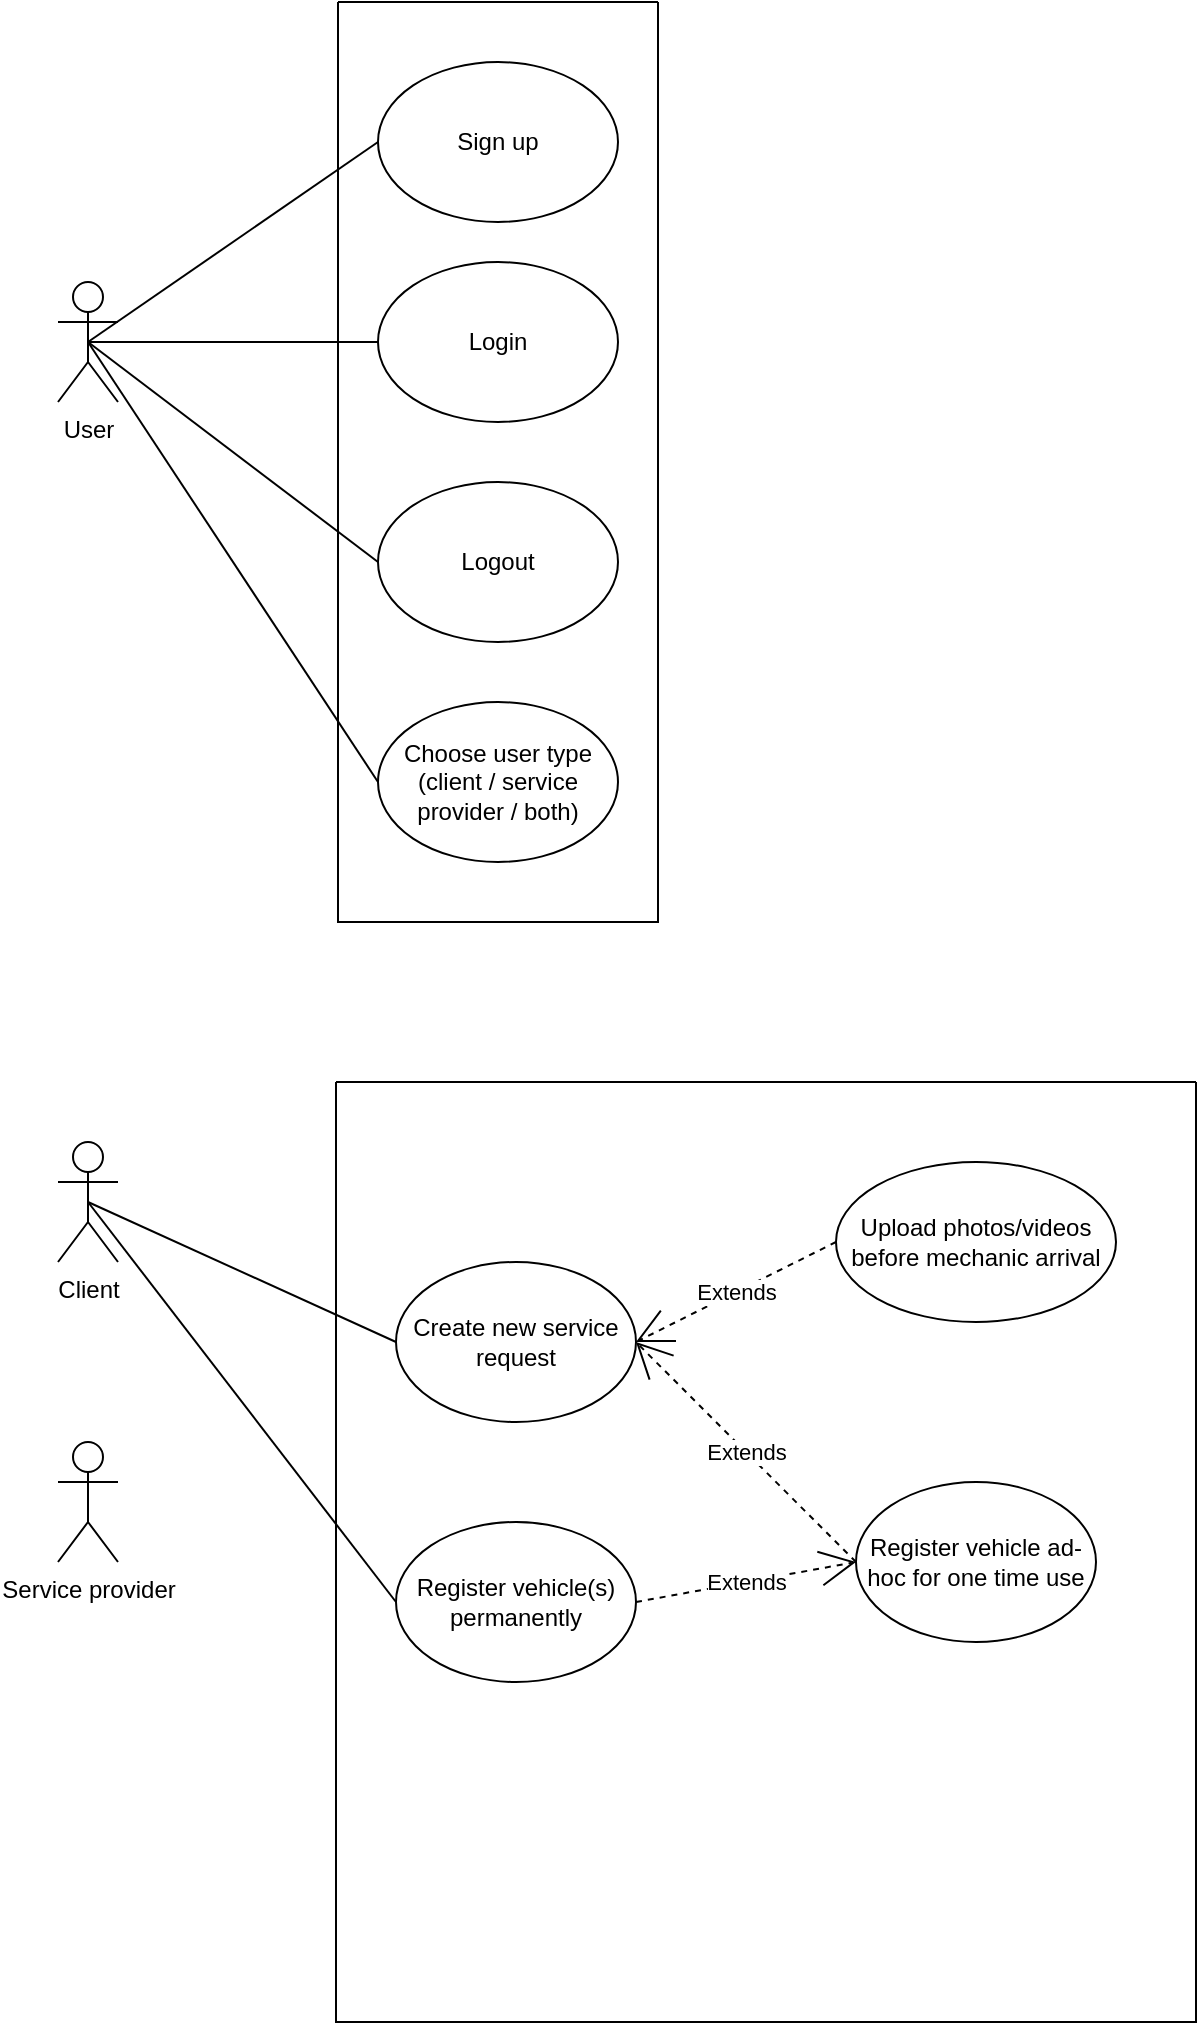
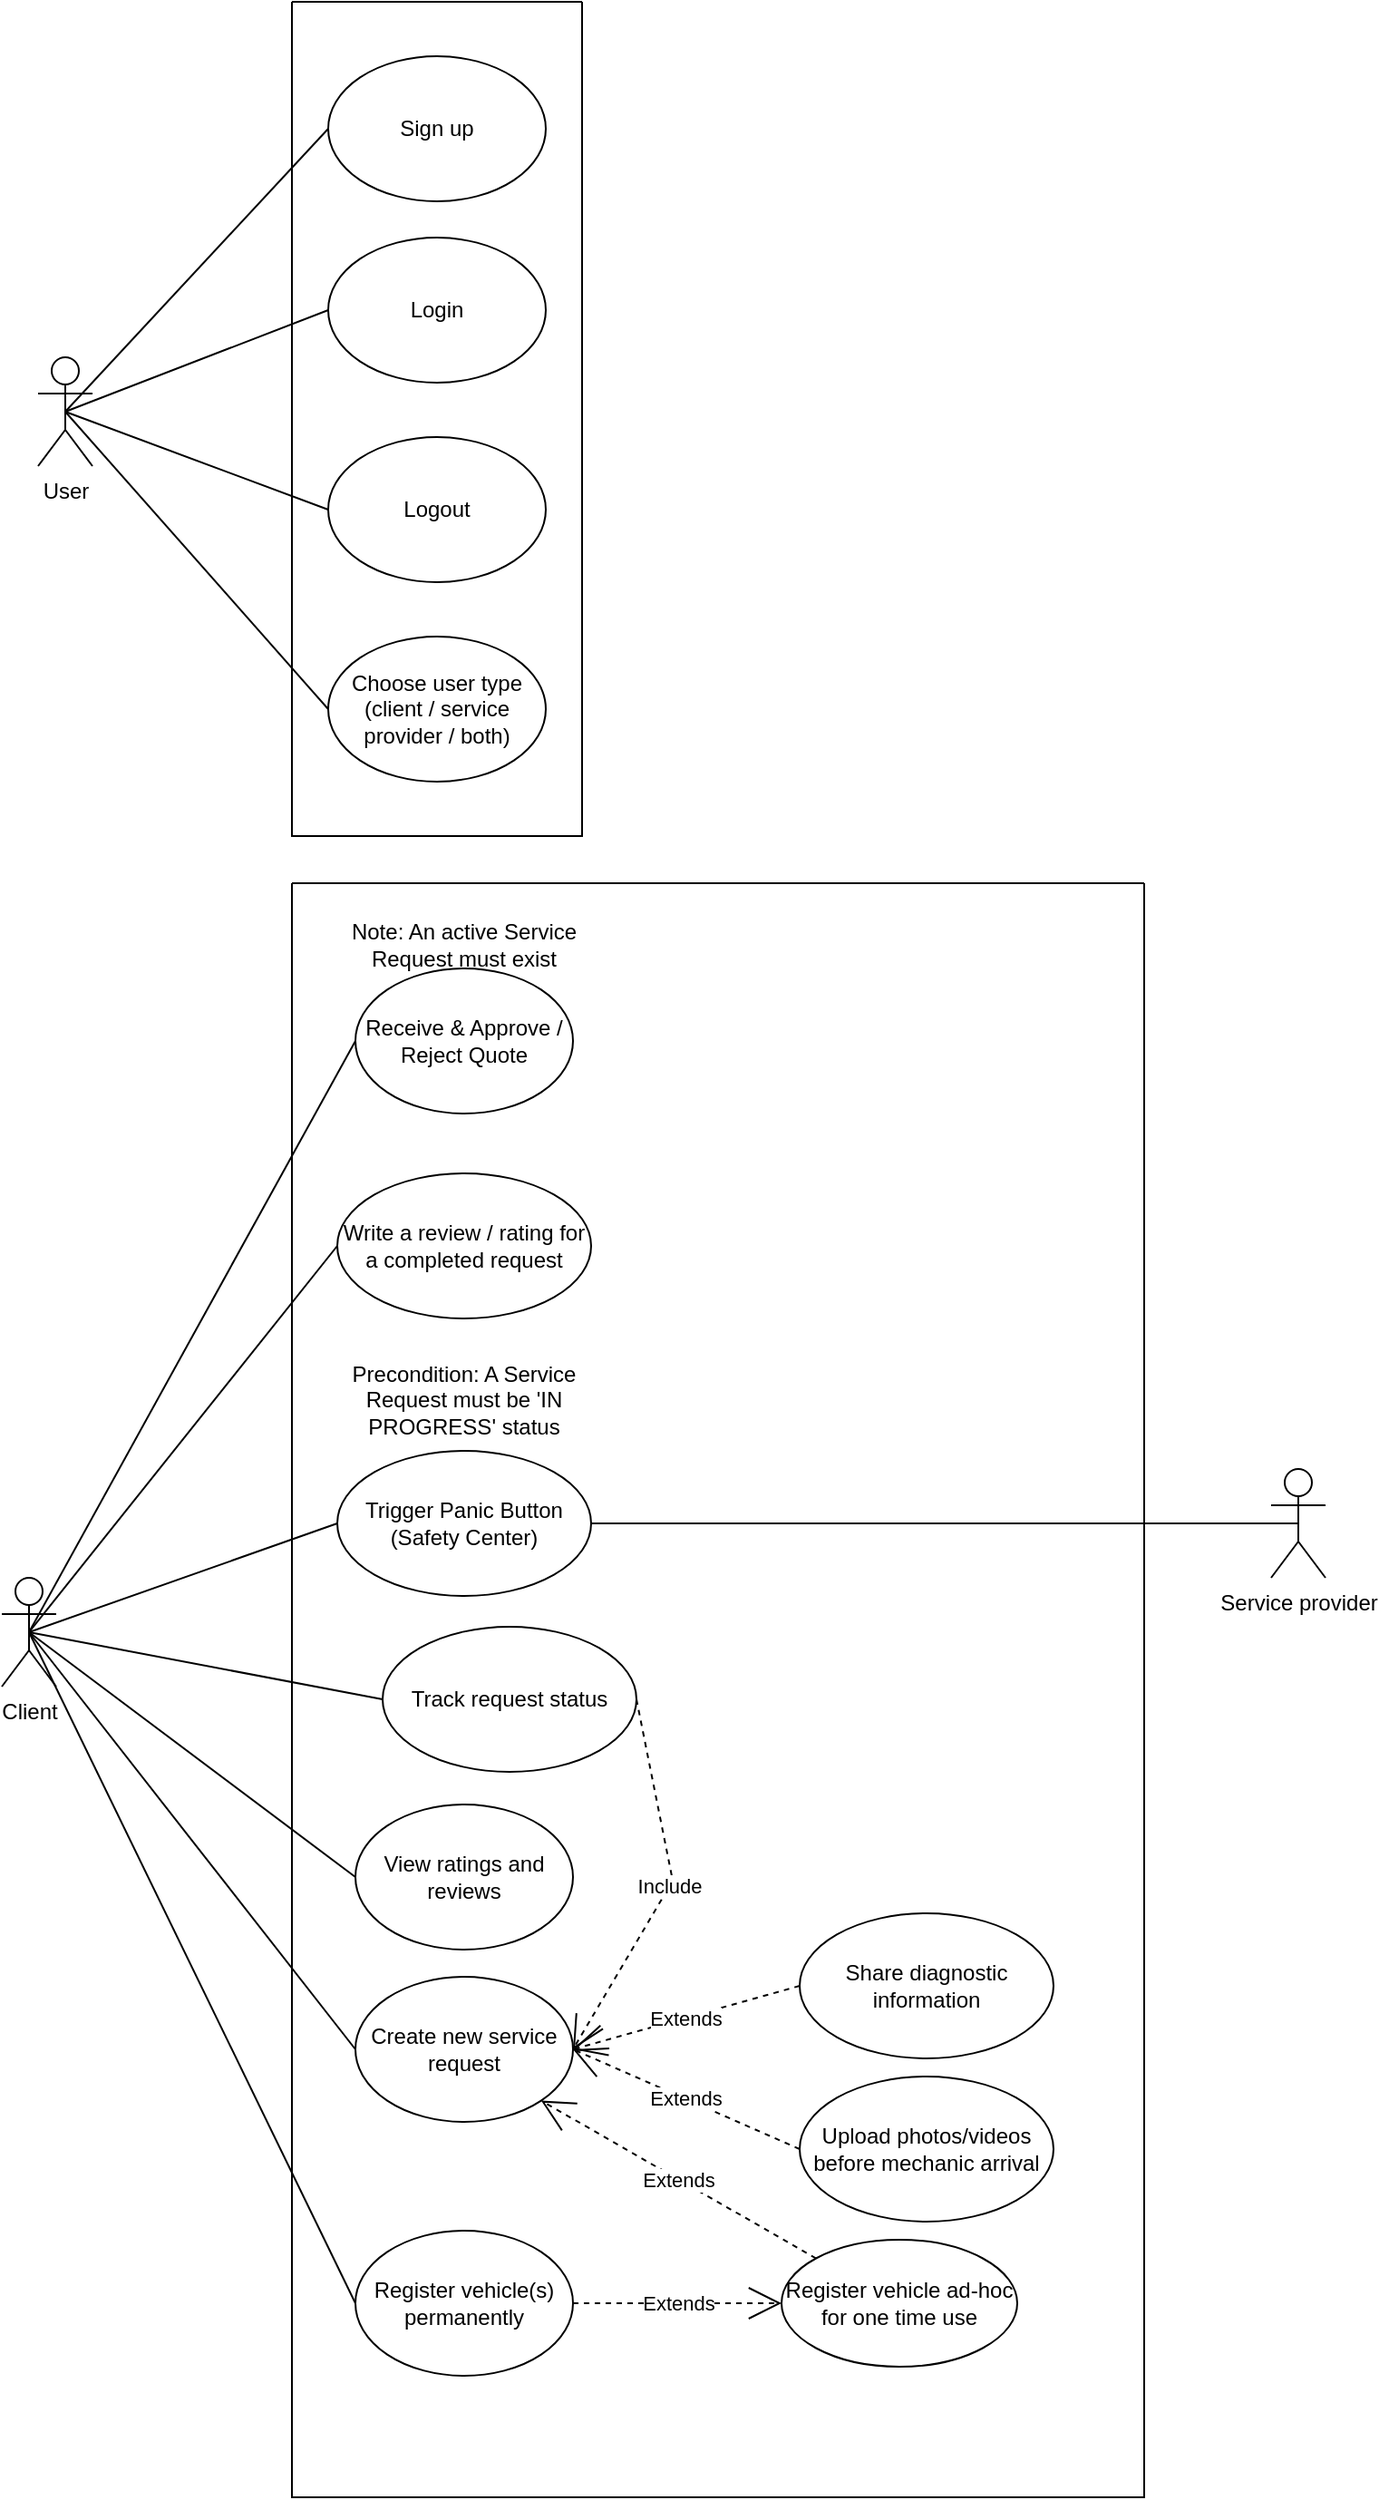
<mxfile host="app.diagrams.net">
  <diagram name="Σελίδα-1" id="PqoCzQN4g81kyOzRzPlx">
-     <mxGraphModel dx="759" dy="733" grid="1" gridSize="10" guides="1" tooltips="1" connect="1" arrows="1" fold="1" page="1" pageScale="1" pageWidth="827" pageHeight="1169" math="0" shadow="0">
+     <mxGraphModel dx="976" dy="943" grid="1" gridSize="10" guides="1" tooltips="1" connect="1" arrows="1" fold="1" page="1" pageScale="1" pageWidth="827" pageHeight="1169" math="0" shadow="0">
      <root>
        <mxCell id="0" />
        <mxCell id="1" parent="0" />
        <mxCell id="ulJ6HTU8US0oitHSjCfQ-2" parent="1" style="swimlane;startSize=0;" value="" vertex="1">
-           <mxGeometry height="460" width="160" x="200" y="60" as="geometry" />
+           <mxGeometry height="460" width="160" x="200" y="4" as="geometry" />
        </mxCell>
        <mxCell id="ulJ6HTU8US0oitHSjCfQ-5" parent="ulJ6HTU8US0oitHSjCfQ-2" style="ellipse;whiteSpace=wrap;html=1;" value="Login" vertex="1">
          <mxGeometry height="80" width="120" x="20" y="130" as="geometry" />
        </mxCell>
        <mxCell id="ulJ6HTU8US0oitHSjCfQ-6" parent="ulJ6HTU8US0oitHSjCfQ-2" style="ellipse;whiteSpace=wrap;html=1;" value="Logout" vertex="1">
          <mxGeometry height="80" width="120" x="20" y="240" as="geometry" />
        </mxCell>
        <mxCell id="ulJ6HTU8US0oitHSjCfQ-7" parent="ulJ6HTU8US0oitHSjCfQ-2" style="ellipse;whiteSpace=wrap;html=1;" value="Sign up" vertex="1">
          <mxGeometry height="80" width="120" x="20" y="30" as="geometry" />
        </mxCell>
        <mxCell id="ulJ6HTU8US0oitHSjCfQ-8" parent="ulJ6HTU8US0oitHSjCfQ-2" style="ellipse;whiteSpace=wrap;html=1;" value="Choose user type (client / service provider / both)" vertex="1">
          <mxGeometry height="80" width="120" x="20" y="350" as="geometry" />
        </mxCell>
        <mxCell id="ulJ6HTU8US0oitHSjCfQ-3" parent="1" style="shape=umlActor;verticalLabelPosition=bottom;verticalAlign=top;html=1;outlineConnect=0;" value="User" vertex="1">
          <mxGeometry height="60" width="30" x="60" y="200" as="geometry" />
        </mxCell>
        <mxCell id="ulJ6HTU8US0oitHSjCfQ-9" edge="1" parent="1" source="ulJ6HTU8US0oitHSjCfQ-3" style="endArrow=none;html=1;rounded=0;exitX=0.5;exitY=0.5;exitDx=0;exitDy=0;exitPerimeter=0;entryX=0;entryY=0.5;entryDx=0;entryDy=0;" target="ulJ6HTU8US0oitHSjCfQ-7" value="">
          <mxGeometry height="50" relative="1" width="50" as="geometry">
            <mxPoint x="390" y="350" as="sourcePoint" />
            <mxPoint x="440" y="300" as="targetPoint" />
          </mxGeometry>
        </mxCell>
        <mxCell id="ulJ6HTU8US0oitHSjCfQ-13" edge="1" parent="1" source="ulJ6HTU8US0oitHSjCfQ-3" style="endArrow=none;html=1;rounded=0;entryX=0;entryY=0.5;entryDx=0;entryDy=0;exitX=0.5;exitY=0.5;exitDx=0;exitDy=0;exitPerimeter=0;" target="ulJ6HTU8US0oitHSjCfQ-8" value="">
          <mxGeometry height="50" relative="1" width="50" as="geometry">
            <mxPoint x="390" y="350" as="sourcePoint" />
            <mxPoint x="440" y="300" as="targetPoint" />
          </mxGeometry>
        </mxCell>
        <mxCell id="ulJ6HTU8US0oitHSjCfQ-14" edge="1" parent="1" source="ulJ6HTU8US0oitHSjCfQ-3" style="endArrow=none;html=1;rounded=0;exitX=0.5;exitY=0.5;exitDx=0;exitDy=0;exitPerimeter=0;entryX=0;entryY=0.5;entryDx=0;entryDy=0;" target="ulJ6HTU8US0oitHSjCfQ-5" value="">
          <mxGeometry height="50" relative="1" width="50" as="geometry">
            <mxPoint x="389" y="380" as="sourcePoint" />
            <mxPoint x="439" y="330" as="targetPoint" />
          </mxGeometry>
        </mxCell>
        <mxCell id="ulJ6HTU8US0oitHSjCfQ-15" edge="1" parent="1" source="ulJ6HTU8US0oitHSjCfQ-3" style="endArrow=none;html=1;rounded=0;exitX=0.5;exitY=0.5;exitDx=0;exitDy=0;exitPerimeter=0;entryX=0;entryY=0.5;entryDx=0;entryDy=0;" target="ulJ6HTU8US0oitHSjCfQ-6" value="">
          <mxGeometry height="50" relative="1" width="50" as="geometry">
            <mxPoint x="460" y="390" as="sourcePoint" />
            <mxPoint x="510" y="340" as="targetPoint" />
          </mxGeometry>
        </mxCell>
        <mxCell id="gswWaYmBkpe0GNnrphti-2" parent="1" style="swimlane;startSize=0;" value="" vertex="1">
-           <mxGeometry height="470" width="430" x="199" y="600" as="geometry" />
+           <mxGeometry height="890" width="470" x="200" y="490" as="geometry" />
        </mxCell>
        <mxCell id="gswWaYmBkpe0GNnrphti-4" parent="gswWaYmBkpe0GNnrphti-2" style="ellipse;whiteSpace=wrap;html=1;" value="Create new service request" vertex="1">
-           <mxGeometry height="80" width="120" x="30" y="90" as="geometry" />
+           <mxGeometry height="80" width="120" x="35" y="603" as="geometry" />
        </mxCell>
        <mxCell id="gswWaYmBkpe0GNnrphti-6" parent="gswWaYmBkpe0GNnrphti-2" style="ellipse;whiteSpace=wrap;html=1;" value="Register vehicle(s)&lt;br&gt;permanently" vertex="1">
-           <mxGeometry height="80" width="120" x="30" y="220" as="geometry" />
+           <mxGeometry height="80" width="120" x="35" y="743" as="geometry" />
        </mxCell>
        <mxCell id="gswWaYmBkpe0GNnrphti-7" parent="gswWaYmBkpe0GNnrphti-2" style="ellipse;whiteSpace=wrap;html=1;" value="Register vehicle ad-hoc for one time use" vertex="1">
-           <mxGeometry height="80" width="120" x="260" y="200" as="geometry" />
+           <mxGeometry height="70" width="130" x="270" y="748" as="geometry" />
        </mxCell>
        <mxCell id="gswWaYmBkpe0GNnrphti-8" parent="gswWaYmBkpe0GNnrphti-2" style="ellipse;whiteSpace=wrap;html=1;" value="&lt;div&gt;Upload photos/videos before mechanic arrival&lt;/div&gt;" vertex="1">
-           <mxGeometry height="80" width="140" x="250" y="40" as="geometry" />
+           <mxGeometry height="80" width="140" x="280" y="658" as="geometry" />
        </mxCell>
        <mxCell id="gswWaYmBkpe0GNnrphti-10" edge="1" parent="gswWaYmBkpe0GNnrphti-2" source="gswWaYmBkpe0GNnrphti-8" style="endArrow=open;endSize=16;endFill=0;html=1;rounded=0;entryX=1;entryY=0.5;entryDx=0;entryDy=0;exitX=0;exitY=0.5;exitDx=0;exitDy=0;dashed=1;" target="gswWaYmBkpe0GNnrphti-4" value="Extends">
          <mxGeometry relative="1" width="160" as="geometry">
            <Array as="points" />
-             <mxPoint x="161" y="80" as="sourcePoint" />
-             <mxPoint x="251.0000000000016" y="80" as="targetPoint" />
+             <mxPoint x="166" y="540" as="sourcePoint" />
+             <mxPoint x="256.0000000000016" y="540" as="targetPoint" />
          </mxGeometry>
        </mxCell>
-         <mxCell id="gswWaYmBkpe0GNnrphti-18" edge="1" parent="gswWaYmBkpe0GNnrphti-2" source="gswWaYmBkpe0GNnrphti-7" style="endArrow=open;endSize=16;endFill=0;html=1;rounded=0;entryX=1;entryY=0.5;entryDx=0;entryDy=0;exitX=0;exitY=0.5;exitDx=0;exitDy=0;dashed=1;" target="gswWaYmBkpe0GNnrphti-4" value="Extends">
+         <mxCell id="gswWaYmBkpe0GNnrphti-18" edge="1" parent="gswWaYmBkpe0GNnrphti-2" source="gswWaYmBkpe0GNnrphti-7" style="endArrow=open;endSize=16;endFill=0;html=1;rounded=0;entryX=1;entryY=1;entryDx=0;entryDy=0;exitX=0;exitY=0;exitDx=0;exitDy=0;dashed=1;" target="gswWaYmBkpe0GNnrphti-4" value="Extends">
          <mxGeometry relative="1" width="160" as="geometry">
-             <mxPoint x="121" y="240" as="sourcePoint" />
-             <mxPoint x="281" y="240" as="targetPoint" />
+             <mxPoint x="126" y="700" as="sourcePoint" />
+             <mxPoint x="286" y="700" as="targetPoint" />
          </mxGeometry>
        </mxCell>
        <mxCell id="gswWaYmBkpe0GNnrphti-19" edge="1" parent="gswWaYmBkpe0GNnrphti-2" source="gswWaYmBkpe0GNnrphti-6" style="endArrow=open;endSize=16;endFill=0;html=1;rounded=0;entryX=0;entryY=0.5;entryDx=0;entryDy=0;exitX=1;exitY=0.5;exitDx=0;exitDy=0;dashed=1;" target="gswWaYmBkpe0GNnrphti-7" value="Extends">
          <mxGeometry relative="1" width="160" as="geometry">
-             <mxPoint x="321" y="370" as="sourcePoint" />
-             <mxPoint x="211" y="260" as="targetPoint" />
+             <mxPoint x="326" y="830" as="sourcePoint" />
+             <mxPoint x="216" y="720" as="targetPoint" />
+           </mxGeometry>
+         </mxCell>
+         <mxCell id="gswWaYmBkpe0GNnrphti-23" parent="gswWaYmBkpe0GNnrphti-2" style="ellipse;whiteSpace=wrap;html=1;" value="&lt;div&gt;Write a review / rating for a completed request&lt;/div&gt;" vertex="1">
+           <mxGeometry height="80" width="140" x="25" y="160" as="geometry" />
+         </mxCell>
+         <mxCell id="gswWaYmBkpe0GNnrphti-25" parent="gswWaYmBkpe0GNnrphti-2" style="ellipse;whiteSpace=wrap;html=1;" value="View ratings and reviews" vertex="1">
+           <mxGeometry height="80" width="120" x="35" y="508" as="geometry" />
+         </mxCell>
+         <mxCell id="gswWaYmBkpe0GNnrphti-28" parent="gswWaYmBkpe0GNnrphti-2" style="ellipse;whiteSpace=wrap;html=1;" value="Track request status" vertex="1">
+           <mxGeometry height="80" width="140" x="50" y="410" as="geometry" />
+         </mxCell>
+         <mxCell id="gswWaYmBkpe0GNnrphti-31" parent="gswWaYmBkpe0GNnrphti-2" style="ellipse;whiteSpace=wrap;html=1;" value="Trigger Panic Button (Safety Center)" vertex="1">
+           <mxGeometry height="80" width="140" x="25" y="313" as="geometry" />
+         </mxCell>
+         <mxCell id="gswWaYmBkpe0GNnrphti-35" parent="gswWaYmBkpe0GNnrphti-2" style="ellipse;whiteSpace=wrap;html=1;" value="Share diagnostic information" vertex="1">
+           <mxGeometry height="80" width="140" x="280" y="568" as="geometry" />
+         </mxCell>
+         <mxCell id="gswWaYmBkpe0GNnrphti-36" edge="1" parent="gswWaYmBkpe0GNnrphti-2" source="gswWaYmBkpe0GNnrphti-35" style="endArrow=open;endSize=16;endFill=0;html=1;rounded=0;exitX=0;exitY=0.5;exitDx=0;exitDy=0;dashed=1;entryX=1;entryY=0.5;entryDx=0;entryDy=0;" target="gswWaYmBkpe0GNnrphti-4" value="Extends">
+           <mxGeometry relative="1" width="160" as="geometry">
+             <Array as="points" />
+             <mxPoint x="311" y="495" as="sourcePoint" />
+             <mxPoint x="160" y="633" as="targetPoint" />
+           </mxGeometry>
+         </mxCell>
+         <mxCell id="gswWaYmBkpe0GNnrphti-37" parent="gswWaYmBkpe0GNnrphti-2" style="ellipse;whiteSpace=wrap;html=1;" value="Receive &amp;amp; Approve / Reject Quote" vertex="1">
+           <mxGeometry height="80" width="120" x="35" y="47" as="geometry" />
+         </mxCell>
+         <mxCell id="gswWaYmBkpe0GNnrphti-39" parent="gswWaYmBkpe0GNnrphti-2" style="text;html=1;whiteSpace=wrap;strokeColor=none;fillColor=none;align=center;verticalAlign=middle;rounded=0;" value="Note: An active Service Request must exist" vertex="1">
+           <mxGeometry height="30" width="140" x="25" y="19" as="geometry" />
+         </mxCell>
+         <mxCell id="gswWaYmBkpe0GNnrphti-48" parent="gswWaYmBkpe0GNnrphti-2" style="text;html=1;whiteSpace=wrap;strokeColor=none;fillColor=none;align=center;verticalAlign=middle;rounded=0;" value="Precondition: A Service Request must be &#39;IN PROGRESS&#39; status" vertex="1">
+           <mxGeometry height="30" width="140" x="25" y="270" as="geometry" />
+         </mxCell>
+         <mxCell id="gswWaYmBkpe0GNnrphti-49" edge="1" parent="gswWaYmBkpe0GNnrphti-2" source="gswWaYmBkpe0GNnrphti-28" style="endArrow=open;endSize=16;endFill=0;html=1;rounded=0;exitX=1;exitY=0.5;exitDx=0;exitDy=0;dashed=1;entryX=1;entryY=0.5;entryDx=0;entryDy=0;" target="gswWaYmBkpe0GNnrphti-4" value="Include">
+           <mxGeometry relative="1" width="160" as="geometry">
+             <Array as="points">
+               <mxPoint x="210" y="550" />
+             </Array>
+             <mxPoint x="375" y="610" as="sourcePoint" />
+             <mxPoint x="250" y="645" as="targetPoint" />
          </mxGeometry>
        </mxCell>
        <mxCell id="gswWaYmBkpe0GNnrphti-3" parent="1" style="shape=umlActor;verticalLabelPosition=bottom;verticalAlign=top;html=1;outlineConnect=0;" value="Client" vertex="1">
-           <mxGeometry height="60" width="30" x="60" y="630" as="geometry" />
+           <mxGeometry height="60" width="30" x="40" y="873" as="geometry" />
        </mxCell>
        <mxCell id="gswWaYmBkpe0GNnrphti-5" parent="1" style="shape=umlActor;verticalLabelPosition=bottom;verticalAlign=top;html=1;outlineConnect=0;" value="Service provider" vertex="1">
-           <mxGeometry height="60" width="30" x="60" y="780" as="geometry" />
+           <mxGeometry height="60" width="30" x="740" y="813" as="geometry" />
        </mxCell>
        <mxCell id="gswWaYmBkpe0GNnrphti-21" edge="1" parent="1" source="gswWaYmBkpe0GNnrphti-3" style="endArrow=none;html=1;rounded=0;exitX=0.5;exitY=0.5;exitDx=0;exitDy=0;exitPerimeter=0;entryX=0;entryY=0.5;entryDx=0;entryDy=0;" target="gswWaYmBkpe0GNnrphti-4" value="">
          <mxGeometry height="50" relative="1" width="50" as="geometry">
            <mxPoint x="380" y="550" as="sourcePoint" />
            <mxPoint x="430" y="500" as="targetPoint" />
          </mxGeometry>
        </mxCell>
        <mxCell id="gswWaYmBkpe0GNnrphti-22" edge="1" parent="1" source="gswWaYmBkpe0GNnrphti-3" style="endArrow=none;html=1;rounded=0;exitX=0.5;exitY=0.5;exitDx=0;exitDy=0;exitPerimeter=0;entryX=0;entryY=0.5;entryDx=0;entryDy=0;" target="gswWaYmBkpe0GNnrphti-6" value="">
          <mxGeometry height="50" relative="1" width="50" as="geometry">
            <mxPoint x="380" y="650" as="sourcePoint" />
            <mxPoint x="430" y="600" as="targetPoint" />
          </mxGeometry>
        </mxCell>
+         <mxCell id="gswWaYmBkpe0GNnrphti-26" edge="1" parent="1" source="gswWaYmBkpe0GNnrphti-3" style="endArrow=none;html=1;rounded=0;entryX=0;entryY=0.5;entryDx=0;entryDy=0;exitX=0.5;exitY=0.5;exitDx=0;exitDy=0;exitPerimeter=0;" target="gswWaYmBkpe0GNnrphti-25" value="">
+           <mxGeometry height="50" relative="1" width="50" as="geometry">
+             <mxPoint x="380" y="810" as="sourcePoint" />
+             <mxPoint x="430" y="760" as="targetPoint" />
+           </mxGeometry>
+         </mxCell>
+         <mxCell id="gswWaYmBkpe0GNnrphti-38" edge="1" parent="1" source="gswWaYmBkpe0GNnrphti-37" style="endArrow=none;html=1;rounded=0;entryX=0.5;entryY=0.5;entryDx=0;entryDy=0;entryPerimeter=0;exitX=0;exitY=0.5;exitDx=0;exitDy=0;" target="gswWaYmBkpe0GNnrphti-3" value="">
+           <mxGeometry height="50" relative="1" width="50" as="geometry">
+             <mxPoint x="380" y="810" as="sourcePoint" />
+             <mxPoint x="430" y="760" as="targetPoint" />
+           </mxGeometry>
+         </mxCell>
+         <mxCell id="gswWaYmBkpe0GNnrphti-44" edge="1" parent="1" source="gswWaYmBkpe0GNnrphti-3" style="endArrow=none;html=1;rounded=0;entryX=0;entryY=0.5;entryDx=0;entryDy=0;exitX=0.5;exitY=0.5;exitDx=0;exitDy=0;exitPerimeter=0;" target="gswWaYmBkpe0GNnrphti-23" value="">
+           <mxGeometry height="50" relative="1" width="50" as="geometry">
+             <mxPoint x="380" y="1000" as="sourcePoint" />
+             <mxPoint x="430" y="950" as="targetPoint" />
+           </mxGeometry>
+         </mxCell>
+         <mxCell id="gswWaYmBkpe0GNnrphti-45" edge="1" parent="1" source="gswWaYmBkpe0GNnrphti-3" style="endArrow=none;html=1;rounded=0;entryX=0;entryY=0.5;entryDx=0;entryDy=0;exitX=0.5;exitY=0.5;exitDx=0;exitDy=0;exitPerimeter=0;" target="gswWaYmBkpe0GNnrphti-28" value="">
+           <mxGeometry height="50" relative="1" width="50" as="geometry">
+             <Array as="points" />
+             <mxPoint x="380" y="1000" as="sourcePoint" />
+             <mxPoint x="430" y="950" as="targetPoint" />
+           </mxGeometry>
+         </mxCell>
+         <mxCell id="gswWaYmBkpe0GNnrphti-46" edge="1" parent="1" source="gswWaYmBkpe0GNnrphti-31" style="endArrow=none;html=1;rounded=0;exitX=0;exitY=0.5;exitDx=0;exitDy=0;entryX=0.5;entryY=0.5;entryDx=0;entryDy=0;entryPerimeter=0;" target="gswWaYmBkpe0GNnrphti-3" value="">
+           <mxGeometry height="50" relative="1" width="50" as="geometry">
+             <mxPoint x="380" y="1000" as="sourcePoint" />
+             <mxPoint x="430" y="950" as="targetPoint" />
+           </mxGeometry>
+         </mxCell>
+         <mxCell id="gswWaYmBkpe0GNnrphti-47" edge="1" parent="1" source="gswWaYmBkpe0GNnrphti-31" style="endArrow=none;html=1;rounded=0;entryX=0.5;entryY=0.5;entryDx=0;entryDy=0;entryPerimeter=0;exitX=1;exitY=0.5;exitDx=0;exitDy=0;" target="gswWaYmBkpe0GNnrphti-5" value="">
+           <mxGeometry height="50" relative="1" width="50" as="geometry">
+             <mxPoint x="420" y="970" as="sourcePoint" />
+             <mxPoint x="470" y="920" as="targetPoint" />
+           </mxGeometry>
+         </mxCell>
      </root>
    </mxGraphModel>
  </diagram>
</mxfile>
